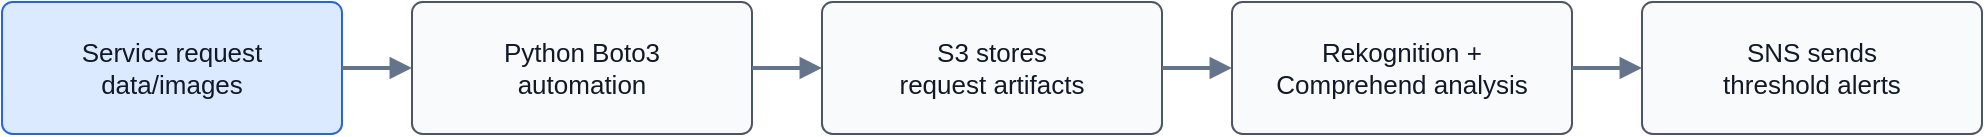
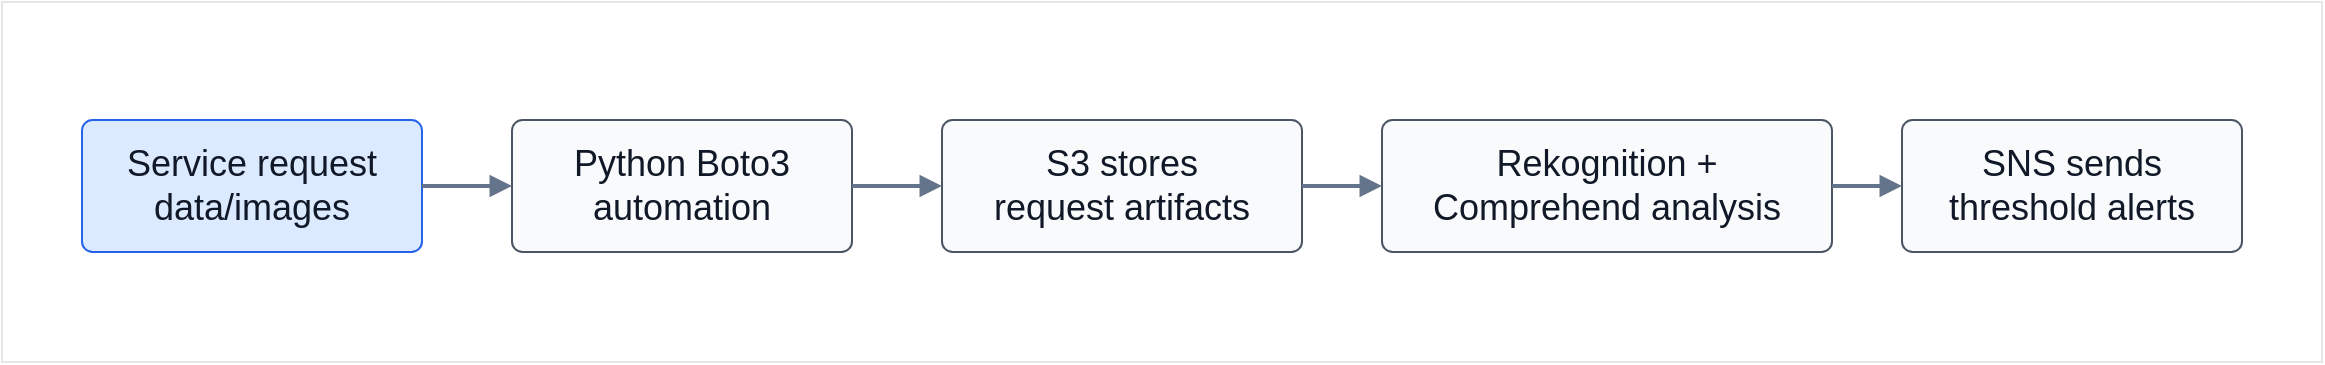
- <mxfile host="Codex" modified="2026-06-27T10:01:50Z" agent="Codex" version="24.7.17" type="device">
+ <mxfile host="Electron" agent="Mozilla/5.0 (Windows NT 10.0; Win64; x64) AppleWebKit/537.36 (KHTML, like Gecko) draw.io/29.5.2 Chrome/142.0.7444.265 Electron/39.6.1 Safari/537.36" version="29.5.2">
  <diagram id="getitdone-automation-with-boto3" name="GetItDone Automation with Boto3">
-     <mxGraphModel dx="1422" dy="794" grid="1" gridSize="10" guides="1" tooltips="1" connect="1" arrows="1" fold="1" page="1" pageScale="1" pageWidth="1120" pageHeight="520" math="0" shadow="0">
+     <mxGraphModel dx="2660" dy="901" grid="1" gridSize="10" guides="1" tooltips="1" connect="1" arrows="1" fold="1" page="1" pageScale="1" pageWidth="1120" pageHeight="520" math="0" shadow="0">
      <root>
-         <mxCell id="0"/>
-         <mxCell id="1" parent="0"/>
-         <mxCell id="id2" value="Service request&lt;br&gt;data/images" style="rounded=1;whiteSpace=wrap;html=1;arcSize=8;strokeColor=#2563eb;fillColor=#dbeafe;fontColor=#111827;fontSize=13;spacing=10;" vertex="1" parent="1"><mxGeometry x="40" y="180" width="170" height="66" as="geometry"/></mxCell>
-         <mxCell id="id3" value="Python Boto3&lt;br&gt;automation" style="rounded=1;whiteSpace=wrap;html=1;arcSize=8;strokeColor=#4b5563;fillColor=#f8fafc;fontColor=#111827;fontSize=13;spacing=10;" vertex="1" parent="1"><mxGeometry x="245" y="180" width="170" height="66" as="geometry"/></mxCell>
-         <mxCell id="id4" value="S3 stores&lt;br&gt;request artifacts" style="rounded=1;whiteSpace=wrap;html=1;arcSize=8;strokeColor=#4b5563;fillColor=#f8fafc;fontColor=#111827;fontSize=13;spacing=10;" vertex="1" parent="1"><mxGeometry x="450" y="180" width="170" height="66" as="geometry"/></mxCell>
-         <mxCell id="id5" value="Rekognition +&lt;br&gt;Comprehend analysis" style="rounded=1;whiteSpace=wrap;html=1;arcSize=8;strokeColor=#4b5563;fillColor=#f8fafc;fontColor=#111827;fontSize=13;spacing=10;" vertex="1" parent="1"><mxGeometry x="655" y="180" width="170" height="66" as="geometry"/></mxCell>
-         <mxCell id="id6" value="SNS sends&lt;br&gt;threshold alerts" style="rounded=1;whiteSpace=wrap;html=1;arcSize=8;strokeColor=#4b5563;fillColor=#f8fafc;fontColor=#111827;fontSize=13;spacing=10;" vertex="1" parent="1"><mxGeometry x="860" y="180" width="170" height="66" as="geometry"/></mxCell>
-         <mxCell id="id7" value="" style="endArrow=block;html=1;rounded=0;strokeWidth=2;strokeColor=#64748b;fontColor=#475569;fontSize=11;" edge="1" parent="1" source="id2" target="id3"><mxGeometry relative="1" as="geometry"/></mxCell>
-         <mxCell id="id8" value="" style="endArrow=block;html=1;rounded=0;strokeWidth=2;strokeColor=#64748b;fontColor=#475569;fontSize=11;" edge="1" parent="1" source="id3" target="id4"><mxGeometry relative="1" as="geometry"/></mxCell>
-         <mxCell id="id9" value="" style="endArrow=block;html=1;rounded=0;strokeWidth=2;strokeColor=#64748b;fontColor=#475569;fontSize=11;" edge="1" parent="1" source="id4" target="id5"><mxGeometry relative="1" as="geometry"/></mxCell>
-         <mxCell id="id10" value="" style="endArrow=block;html=1;rounded=0;strokeWidth=2;strokeColor=#64748b;fontColor=#475569;fontSize=11;" edge="1" parent="1" source="id5" target="id6"><mxGeometry relative="1" as="geometry"/></mxCell>
+         <mxCell id="0" />
+         <mxCell id="1" parent="0" />
+         <mxCell id="HfQNFH6GYf8IoK7JOTte-2" parent="1" style="rounded=0;whiteSpace=wrap;html=1;strokeColor=#E6E6E6;" value="" vertex="1">
+           <mxGeometry height="180" width="1160" x="-90" y="121" as="geometry" />
+         </mxCell>
+         <mxCell id="id2" parent="1" style="rounded=1;whiteSpace=wrap;html=1;arcSize=8;strokeColor=#2563eb;fillColor=#dbeafe;fontColor=#111827;fontSize=18;spacing=10;" value="Service request&lt;br&gt;data/images" vertex="1">
+           <mxGeometry height="66" width="170" x="-50" y="180" as="geometry" />
+         </mxCell>
+         <mxCell id="id3" parent="1" style="rounded=1;whiteSpace=wrap;html=1;arcSize=8;strokeColor=#4b5563;fillColor=#f8fafc;fontColor=#111827;fontSize=18;spacing=10;" value="Python Boto3&lt;br&gt;automation" vertex="1">
+           <mxGeometry height="66" width="170" x="165" y="180" as="geometry" />
+         </mxCell>
+         <mxCell id="id4" parent="1" style="rounded=1;whiteSpace=wrap;html=1;arcSize=8;strokeColor=#4b5563;fillColor=#f8fafc;fontColor=#111827;fontSize=18;spacing=10;" value="S3 stores&lt;br&gt;request artifacts" vertex="1">
+           <mxGeometry height="66" width="180" x="380" y="180" as="geometry" />
+         </mxCell>
+         <mxCell id="id5" parent="1" style="rounded=1;whiteSpace=wrap;html=1;arcSize=8;strokeColor=#4b5563;fillColor=#f8fafc;fontColor=#111827;fontSize=18;spacing=10;" value="Rekognition +&lt;br&gt;Comprehend analysis" vertex="1">
+           <mxGeometry height="66" width="225" x="600" y="180" as="geometry" />
+         </mxCell>
+         <mxCell id="id6" parent="1" style="rounded=1;whiteSpace=wrap;html=1;arcSize=8;strokeColor=#4b5563;fillColor=#f8fafc;fontColor=#111827;fontSize=18;spacing=10;" value="SNS sends&lt;br&gt;threshold alerts" vertex="1">
+           <mxGeometry height="66" width="170" x="860" y="180" as="geometry" />
+         </mxCell>
+         <mxCell id="id7" edge="1" parent="1" source="id2" style="endArrow=block;html=1;rounded=0;strokeWidth=2;strokeColor=#64748b;fontColor=#475569;fontSize=11;" target="id3" value="">
+           <mxGeometry relative="1" as="geometry" />
+         </mxCell>
+         <mxCell id="id8" edge="1" parent="1" source="id3" style="endArrow=block;html=1;rounded=0;strokeWidth=2;strokeColor=#64748b;fontColor=#475569;fontSize=11;" target="id4" value="">
+           <mxGeometry relative="1" as="geometry" />
+         </mxCell>
+         <mxCell id="id9" edge="1" parent="1" source="id4" style="endArrow=block;html=1;rounded=0;strokeWidth=2;strokeColor=#64748b;fontColor=#475569;fontSize=11;" target="id5" value="">
+           <mxGeometry relative="1" as="geometry" />
+         </mxCell>
+         <mxCell id="id10" edge="1" parent="1" source="id5" style="endArrow=block;html=1;rounded=0;strokeWidth=2;strokeColor=#64748b;fontColor=#475569;fontSize=11;" target="id6" value="">
+           <mxGeometry relative="1" as="geometry" />
+         </mxCell>
      </root>
    </mxGraphModel>
  </diagram>
</mxfile>
